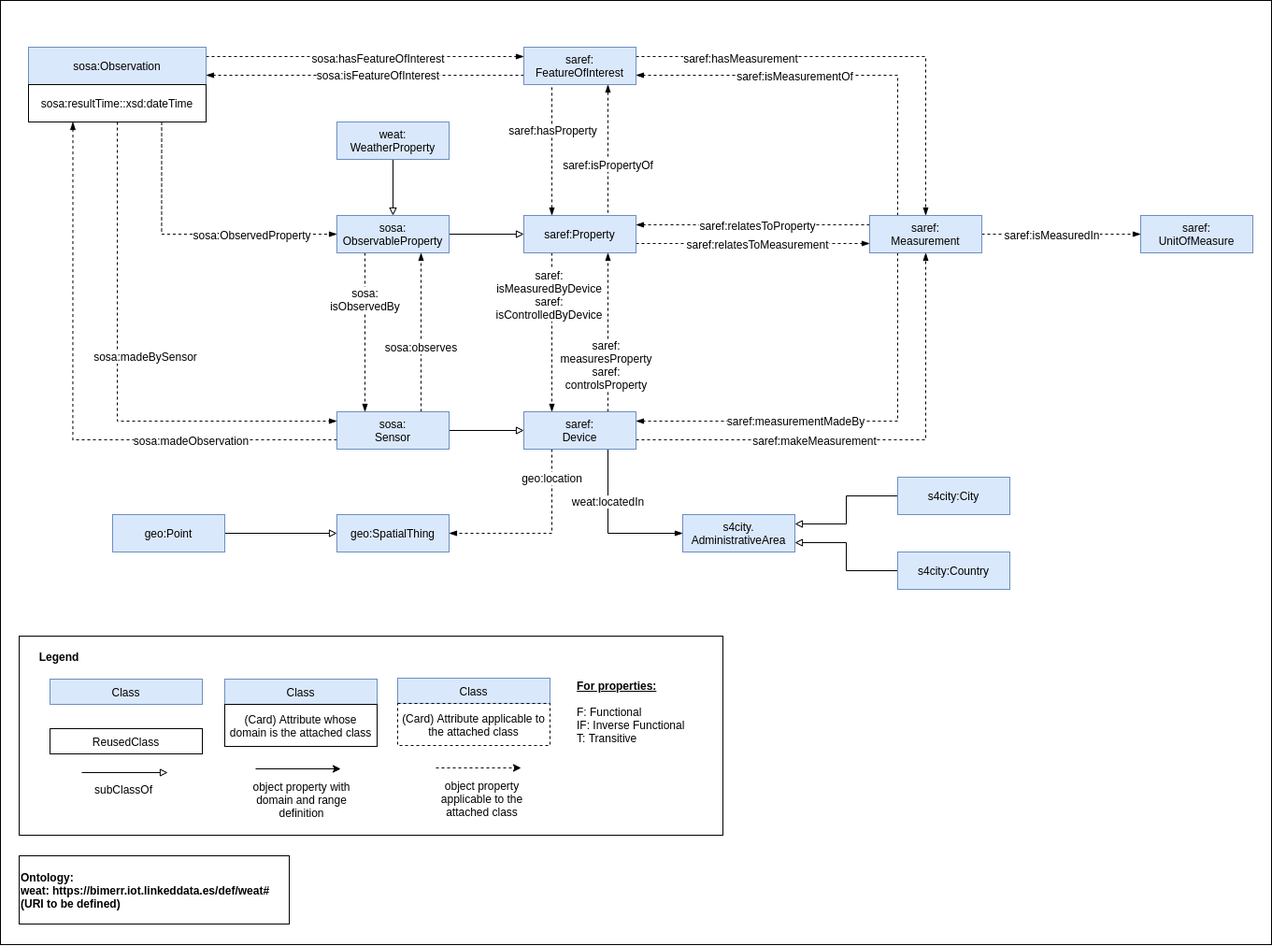
The draw.io diagram Images/NewSaref+SSN.png in oeg-upm/bimerr-weather, before a commit. Source tidied: cells renumbered, new cells last; positions are measured from the earlier drawing's top-left corner, leaving out a move shared by most shapes.
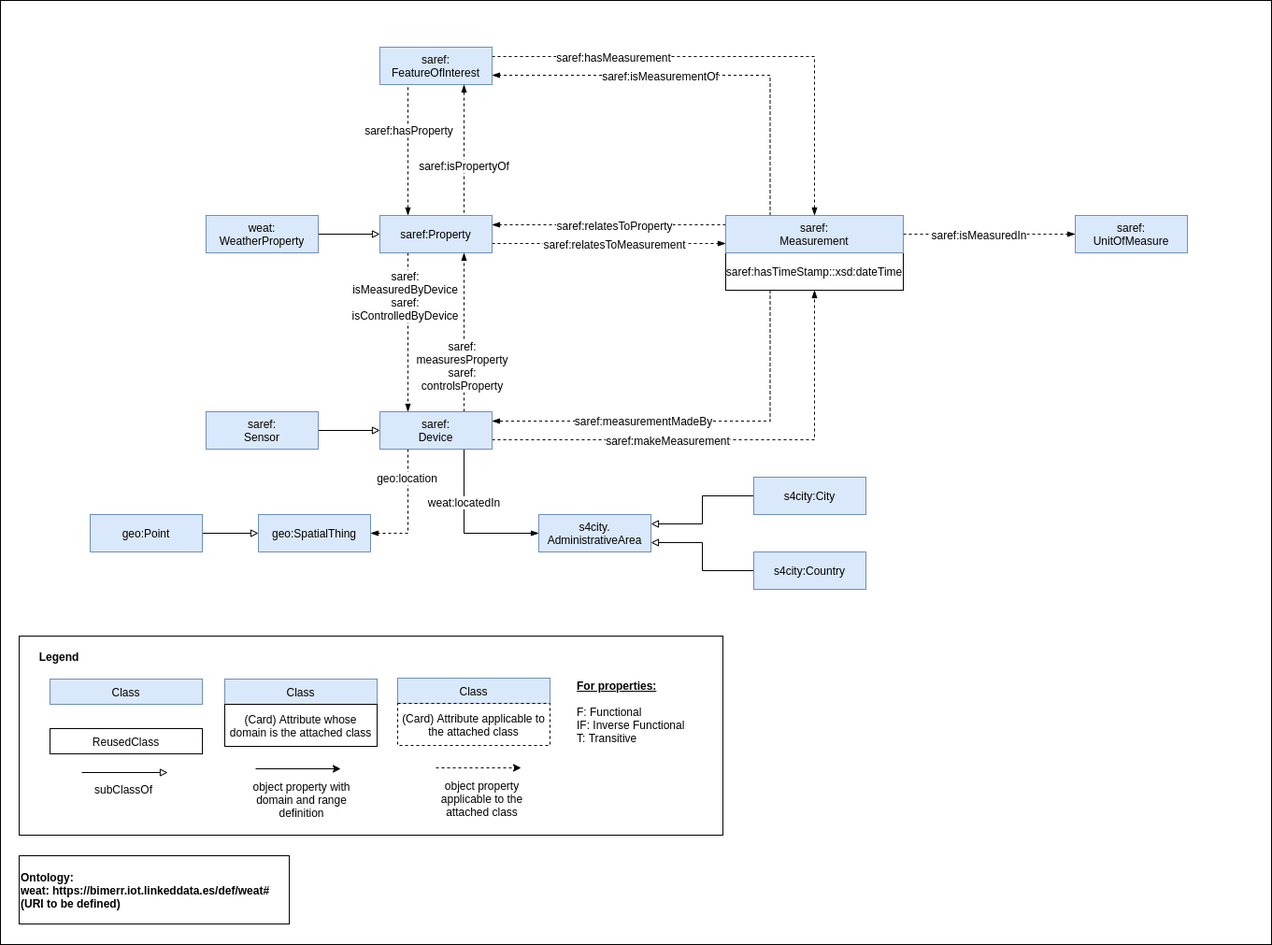
The same file after the commit.

Diff of the diagram source:
```diff
@@ -5,45 +5,16 @@
     <mxCell id="2" style="rounded=0;whiteSpace=wrap;html=1;" parent="1" vertex="1">
       <mxGeometry width="1360" height="1010" as="geometry" />
     </mxCell>
-    <mxCell id="3" style="edgeStyle=orthogonalEdgeStyle;rounded=0;jettySize=auto;html=1;exitX=1;exitY=0.25;exitDx=0;exitDy=0;entryX=0;entryY=0.25;entryDx=0;entryDy=0;dashed=1;endArrow=blockThin;endFill=1;" parent="1" edge="1" source="5" target="17">
-      <mxGeometry relative="1" as="geometry" />
-    </mxCell>
-    <mxCell id="4" value="sosa:hasFeatureOfInterest" style="text;html=1;align=center;verticalAlign=middle;labelBackgroundColor=#ffffff;" parent="3" vertex="1">
-      <mxGeometry x="0.08" y="-1" relative="1" as="geometry" />
-    </mxCell>
-    <mxCell id="5" value="sosa:Observation" style="rounded=0;whiteSpace=wrap;html=1;fillColor=#dae8fc;strokeColor=#6c8ebf;" parent="1" vertex="1">
-      <mxGeometry x="30" y="50" width="190" height="40" as="geometry" />
-    </mxCell>
-    <mxCell id="6" style="edgeStyle=orthogonalEdgeStyle;rounded=0;jettySize=auto;html=1;exitX=0.75;exitY=1;exitDx=0;exitDy=0;entryX=0;entryY=0.5;entryDx=0;entryDy=0;endArrow=blockThin;endFill=1;dashed=1;" parent="1" edge="1" source="10" target="28">
-      <mxGeometry relative="1" as="geometry" />
-    </mxCell>
-    <mxCell id="7" value="sosa:ObservedProperty" style="text;html=1;align=center;verticalAlign=middle;labelBackgroundColor=#ffffff;" parent="6" vertex="1">
-      <mxGeometry x="0.23" y="13" relative="1" as="geometry">
-        <mxPoint x="26" y="13" as="offset" />
-      </mxGeometry>
-    </mxCell>
-    <mxCell id="8" style="edgeStyle=orthogonalEdgeStyle;rounded=0;jettySize=auto;html=1;exitX=0.5;exitY=1;exitDx=0;exitDy=0;entryX=0;entryY=0.25;entryDx=0;entryDy=0;endArrow=blockThin;endFill=1;dashed=1;" parent="1" edge="1" source="10" target="52">
-      <mxGeometry relative="1" as="geometry" />
-    </mxCell>
-    <mxCell id="9" value="sosa:madeBySensor" style="text;html=1;align=center;verticalAlign=middle;labelBackgroundColor=#ffffff;" parent="8" vertex="1">
-      <mxGeometry x="0.17" y="70" relative="1" as="geometry">
-        <mxPoint x="25" as="offset" />
-      </mxGeometry>
-    </mxCell>
-    <mxCell id="10" value="sosa:resultTime::xsd:dateTime" style="rounded=0;whiteSpace=wrap;html=1;" parent="1" vertex="1">
-      <mxGeometry x="30" y="90" width="190" height="40" as="geometry" />
+    <mxCell id="10" value="saref:hasTimeStamp::xsd:dateTime" style="rounded=0;whiteSpace=wrap;html=1;" parent="1" vertex="1">
+      <mxGeometry x="776" y="270" width="190" height="40" as="geometry" />
     </mxCell>
-    <mxCell id="11" style="edgeStyle=orthogonalEdgeStyle;rounded=0;jettySize=auto;html=1;exitX=0;exitY=0.75;exitDx=0;exitDy=0;entryX=1;entryY=0.75;entryDx=0;entryDy=0;dashed=1;endArrow=blockThin;endFill=1;" parent="1" edge="1" source="17" target="5">
-      <mxGeometry relative="1" as="geometry" />
-    </mxCell>
-    <mxCell id="12" value="sosa:isFeatureOfInterest" style="text;html=1;align=center;verticalAlign=middle;labelBackgroundColor=#ffffff;" parent="11" vertex="1">
-      <mxGeometry x="-0.08" y="-1" relative="1" as="geometry" />
-    </mxCell>
     <mxCell id="13" style="edgeStyle=orthogonalEdgeStyle;rounded=0;jettySize=auto;html=1;exitX=1;exitY=0.25;exitDx=0;exitDy=0;entryX=0.5;entryY=0;entryDx=0;entryDy=0;dashed=1;endArrow=blockThin;endFill=1;" parent="1" edge="1" source="17" target="37">
       <mxGeometry relative="1" as="geometry" />
     </mxCell>
     <mxCell id="14" value="saref:hasMeasurement" style="text;html=1;align=center;verticalAlign=middle;labelBackgroundColor=#ffffff;" parent="13" vertex="1">
-      <mxGeometry x="-0.54" y="-1" relative="1" as="geometry" />
+      <mxGeometry x="-0.54" y="-1" relative="1" as="geometry">
+        <mxPoint x="10" y="-1" as="offset" />
+      </mxGeometry>
     </mxCell>
     <mxCell id="15" style="edgeStyle=orthogonalEdgeStyle;rounded=0;jettySize=auto;html=1;exitX=0.75;exitY=1;exitDx=0;exitDy=0;entryX=0.75;entryY=0;entryDx=0;entryDy=0;dashed=1;endArrow=none;endFill=0;startArrow=blockThin;startFill=1;" parent="1" edge="1" source="17" target="24">
       <mxGeometry relative="1" as="geometry" />
@@ -52,13 +23,13 @@
       <mxGeometry x="0.22" y="-1" relative="1" as="geometry" />
     </mxCell>
     <mxCell id="17" value="saref:&lt;br&gt;FeatureOfInterest" style="rounded=0;whiteSpace=wrap;html=1;fillColor=#dae8fc;strokeColor=#6c8ebf;" parent="1" vertex="1">
-      <mxGeometry x="560" y="50" width="120" height="40" as="geometry" />
+      <mxGeometry x="406" y="50" width="120" height="40" as="geometry" />
     </mxCell>
     <mxCell id="18" style="edgeStyle=orthogonalEdgeStyle;rounded=0;jettySize=auto;html=1;exitX=1;exitY=0.75;exitDx=0;exitDy=0;dashed=1;endArrow=blockThin;endFill=1;entryX=0;entryY=0.75;entryDx=0;entryDy=0;" parent="1" edge="1" source="24" target="37">
       <mxGeometry relative="1" as="geometry">
         <Array as="points">
-          <mxPoint x="850" y="260" />
-          <mxPoint x="850" y="260" />
+          <mxPoint x="696" y="260" />
+          <mxPoint x="696" y="260" />
         </Array>
       </mxGeometry>
     </mxCell>
@@ -70,8 +41,8 @@
     <mxCell id="20" style="edgeStyle=orthogonalEdgeStyle;rounded=0;jettySize=auto;html=1;exitX=0.25;exitY=0;exitDx=0;exitDy=0;entryX=0.25;entryY=1;entryDx=0;entryDy=0;dashed=1;endArrow=none;endFill=0;startArrow=blockThin;startFill=1;" parent="1" edge="1" source="24" target="17">
       <mxGeometry relative="1" as="geometry">
         <Array as="points">
-          <mxPoint x="590" y="140" />
-          <mxPoint x="590" y="140" />
+          <mxPoint x="436" y="140" />
+          <mxPoint x="436" y="140" />
         </Array>
       </mxGeometry>
     </mxCell>
@@ -89,22 +60,8 @@
       </mxGeometry>
     </mxCell>
     <mxCell id="24" value="saref:Property" style="rounded=0;whiteSpace=wrap;html=1;fillColor=#dae8fc;strokeColor=#6c8ebf;" parent="1" vertex="1">
-      <mxGeometry x="560" y="230" width="120" height="40" as="geometry" />
+      <mxGeometry x="406" y="230" width="120" height="40" as="geometry" />
     </mxCell>
-    <mxCell id="25" style="edgeStyle=orthogonalEdgeStyle;rounded=0;jettySize=auto;html=1;exitX=1;exitY=0.5;exitDx=0;exitDy=0;entryX=0;entryY=0.5;entryDx=0;entryDy=0;endArrow=block;endFill=0;" parent="1" edge="1" source="28" target="24">
-      <mxGeometry relative="1" as="geometry" />
-    </mxCell>
-    <mxCell id="26" style="edgeStyle=orthogonalEdgeStyle;rounded=0;jettySize=auto;html=1;exitX=0.25;exitY=1;exitDx=0;exitDy=0;entryX=0.25;entryY=0;entryDx=0;entryDy=0;dashed=1;endArrow=blockThin;endFill=1;" parent="1" edge="1" source="28" target="52">
-      <mxGeometry relative="1" as="geometry" />
-    </mxCell>
-    <mxCell id="27" value="sosa:&lt;br&gt;isObservedBy" style="text;html=1;align=center;verticalAlign=middle;labelBackgroundColor=#ffffff;" parent="26" vertex="1">
-      <mxGeometry x="-0.24" y="-1" relative="1" as="geometry">
-        <mxPoint y="-15" as="offset" />
-      </mxGeometry>
-    </mxCell>
-    <mxCell id="28" value="sosa:&lt;br&gt;ObservableProperty" style="rounded=0;whiteSpace=wrap;html=1;fillColor=#dae8fc;strokeColor=#6c8ebf;" parent="1" vertex="1">
-      <mxGeometry x="360" y="230" width="120" height="40" as="geometry" />
-    </mxCell>
     <mxCell id="29" style="edgeStyle=orthogonalEdgeStyle;rounded=0;jettySize=auto;html=1;exitX=1;exitY=0.5;exitDx=0;exitDy=0;entryX=0;entryY=0.5;entryDx=0;entryDy=0;dashed=1;endArrow=blockThin;endFill=1;" parent="1" edge="1" source="37" target="53">
       <mxGeometry relative="1" as="geometry" />
     </mxCell>
@@ -113,7 +70,7 @@
         <mxPoint y="-2" as="offset" />
       </mxGeometry>
     </mxCell>
-    <mxCell id="31" style="edgeStyle=orthogonalEdgeStyle;rounded=0;jettySize=auto;html=1;exitX=0.25;exitY=1;exitDx=0;exitDy=0;entryX=1;entryY=0.25;entryDx=0;entryDy=0;dashed=1;endArrow=blockThin;endFill=1;" parent="1" edge="1" source="37" target="46">
+    <mxCell id="31" style="edgeStyle=orthogonalEdgeStyle;rounded=0;jettySize=auto;html=1;exitX=0.25;exitY=1;exitDx=0;exitDy=0;entryX=1;entryY=0.25;entryDx=0;entryDy=0;dashed=1;endArrow=blockThin;endFill=1;" parent="1" edge="1" source="10" target="46">
       <mxGeometry relative="1" as="geometry" />
     </mxCell>
     <mxCell id="32" value="saref:measurementMadeBy" style="text;html=1;align=center;verticalAlign=middle;labelBackgroundColor=#ffffff;" parent="31" vertex="1">
@@ -138,9 +95,9 @@
       </mxGeometry>
     </mxCell>
     <mxCell id="37" value="saref:&lt;br&gt;Measurement" style="rounded=0;whiteSpace=wrap;html=1;fillColor=#dae8fc;strokeColor=#6c8ebf;" parent="1" vertex="1">
-      <mxGeometry x="930" y="230" width="120" height="40" as="geometry" />
+      <mxGeometry x="776" y="230" width="190" height="40" as="geometry" />
     </mxCell>
-    <mxCell id="38" style="edgeStyle=orthogonalEdgeStyle;rounded=0;jettySize=auto;html=1;exitX=1;exitY=0.75;exitDx=0;exitDy=0;dashed=1;endArrow=blockThin;endFill=1;entryX=0.5;entryY=1;entryDx=0;entryDy=0;" parent="1" edge="1" source="46" target="37">
+    <mxCell id="38" style="edgeStyle=orthogonalEdgeStyle;rounded=0;jettySize=auto;html=1;exitX=1;exitY=0.75;exitDx=0;exitDy=0;dashed=1;endArrow=blockThin;endFill=1;entryX=0.5;entryY=1;entryDx=0;entryDy=0;" parent="1" edge="1" source="46" target="10">
       <mxGeometry relative="1" as="geometry" />
     </mxCell>
     <mxCell id="39" value="saref:makeMeasurement" style="text;html=1;align=center;verticalAlign=middle;labelBackgroundColor=#ffffff;" parent="38" vertex="1">
@@ -161,7 +118,7 @@
     </mxCell>
     <mxCell id="43" value="geo:location" style="text;html=1;align=center;verticalAlign=middle;labelBackgroundColor=#ffffff;" parent="42" vertex="1">
       <mxGeometry x="0.11" y="-3" relative="1" as="geometry">
-        <mxPoint x="21" y="-57" as="offset" />
+        <mxPoint x="1" y="-42" as="offset" />
       </mxGeometry>
     </mxCell>
     <mxCell id="44" style="edgeStyle=orthogonalEdgeStyle;rounded=0;jettySize=auto;html=1;exitX=0.75;exitY=1;exitDx=0;exitDy=0;entryX=0;entryY=0.5;entryDx=0;entryDy=0;endArrow=blockThin;endFill=1;" parent="1" edge="1" source="46" target="57">
@@ -171,54 +128,40 @@
       <mxGeometry x="-0.34" y="-1" relative="1" as="geometry" />
     </mxCell>
     <mxCell id="46" value="saref:&lt;br&gt;Device" style="rounded=0;whiteSpace=wrap;html=1;fillColor=#dae8fc;strokeColor=#6c8ebf;" parent="1" vertex="1">
-      <mxGeometry x="560" y="440" width="120" height="40" as="geometry" />
+      <mxGeometry x="406" y="440" width="120" height="40" as="geometry" />
     </mxCell>
-    <mxCell id="47" style="edgeStyle=orthogonalEdgeStyle;rounded=0;jettySize=auto;html=1;exitX=0;exitY=0.75;exitDx=0;exitDy=0;entryX=0.25;entryY=1;entryDx=0;entryDy=0;endArrow=blockThin;endFill=1;dashed=1;" parent="1" edge="1" source="52" target="10">
-      <mxGeometry relative="1" as="geometry" />
-    </mxCell>
-    <mxCell id="48" value="sosa:madeObservation" style="text;html=1;align=center;verticalAlign=middle;labelBackgroundColor=#ffffff;" parent="47" vertex="1">
-      <mxGeometry x="-0.5" relative="1" as="geometry" />
-    </mxCell>
     <mxCell id="49" style="edgeStyle=orthogonalEdgeStyle;rounded=0;jettySize=auto;html=1;exitX=1;exitY=0.5;exitDx=0;exitDy=0;endArrow=block;endFill=0;" parent="1" edge="1" source="52" target="46">
       <mxGeometry relative="1" as="geometry" />
     </mxCell>
-    <mxCell id="50" style="edgeStyle=orthogonalEdgeStyle;rounded=0;jettySize=auto;html=1;exitX=0.75;exitY=0;exitDx=0;exitDy=0;entryX=0.75;entryY=1;entryDx=0;entryDy=0;dashed=1;endArrow=blockThin;endFill=1;" parent="1" edge="1" source="52" target="28">
-      <mxGeometry relative="1" as="geometry" />
-    </mxCell>
-    <mxCell id="51" value="sosa:observes" style="text;html=1;align=center;verticalAlign=middle;labelBackgroundColor=#ffffff;" parent="50" vertex="1">
-      <mxGeometry x="-0.22" y="1" relative="1" as="geometry">
-        <mxPoint y="-4" as="offset" />
-      </mxGeometry>
-    </mxCell>
-    <mxCell id="52" value="sosa:&lt;br&gt;Sensor" style="rounded=0;whiteSpace=wrap;html=1;fillColor=#dae8fc;strokeColor=#6c8ebf;" parent="1" vertex="1">
-      <mxGeometry x="360" y="440" width="120" height="40" as="geometry" />
+    <mxCell id="52" value="saref:&lt;br&gt;Sensor" style="rounded=0;whiteSpace=wrap;html=1;fillColor=#dae8fc;strokeColor=#6c8ebf;" parent="1" vertex="1">
+      <mxGeometry x="220" y="440" width="120" height="40" as="geometry" />
     </mxCell>
     <mxCell id="53" value="saref:&lt;br&gt;UnitOfMeasure" style="rounded=0;whiteSpace=wrap;html=1;fillColor=#dae8fc;strokeColor=#6c8ebf;" parent="1" vertex="1">
-      <mxGeometry x="1220" y="230" width="120" height="40" as="geometry" />
+      <mxGeometry x="1150" y="230" width="120" height="40" as="geometry" />
     </mxCell>
     <mxCell id="54" value="geo:SpatialThing" style="rounded=0;whiteSpace=wrap;html=1;fillColor=#dae8fc;strokeColor=#6c8ebf;" parent="1" vertex="1">
-      <mxGeometry x="360" y="550" width="120" height="40" as="geometry" />
+      <mxGeometry x="276" y="550" width="120" height="40" as="geometry" />
     </mxCell>
     <mxCell id="55" style="edgeStyle=orthogonalEdgeStyle;rounded=0;jettySize=auto;html=1;exitX=1;exitY=0.5;exitDx=0;exitDy=0;endArrow=block;endFill=0;" parent="1" edge="1" source="56" target="54">
       <mxGeometry relative="1" as="geometry" />
     </mxCell>
     <mxCell id="56" value="geo:Point" style="rounded=0;whiteSpace=wrap;html=1;fillColor=#dae8fc;strokeColor=#6c8ebf;" parent="1" vertex="1">
-      <mxGeometry x="120" y="550" width="120" height="40" as="geometry" />
+      <mxGeometry x="96" y="550" width="120" height="40" as="geometry" />
     </mxCell>
     <mxCell id="57" value="s4city.&lt;br&gt;AdministrativeArea&lt;span style=&quot;color: rgba(0 , 0 , 0 , 0) ; font-family: monospace ; font-size: 0px ; white-space: nowrap&quot;&gt;%3CmxGraphModel%3E%3Croot%3E%3CmxCell%20id%3D%220%22%2F%3E%3CmxCell%20id%3D%221%22%20parent%3D%220%22%2F%3E%3CmxCell%20id%3D%222%22%20value%3D%22sosa%3A%26lt%3Bbr%26gt%3BSensor%22%20style%3D%22rounded%3D0%3BwhiteSpace%3Dwrap%3Bhtml%3D1%3BfillColor%3D%23dae8fc%3BstrokeColor%3D%236c8ebf%3B%22%20vertex%3D%221%22%20parent%3D%221%22%3E%3CmxGeometry%20x%3D%22460%22%20y%3D%22630%22%20width%3D%22120%22%20height%3D%2240%22%20as%3D%22geometry%22%2F%3E%3C%2FmxCell%3E%3C%2Froot%3E%3C%2FmxGraphModel%3E&lt;/span&gt;" style="rounded=0;whiteSpace=wrap;html=1;fillColor=#dae8fc;strokeColor=#6c8ebf;" parent="1" vertex="1">
-      <mxGeometry x="730" y="550" width="120" height="40" as="geometry" />
+      <mxGeometry x="576" y="550" width="120" height="40" as="geometry" />
     </mxCell>
     <mxCell id="58" style="edgeStyle=orthogonalEdgeStyle;rounded=0;jettySize=auto;html=1;exitX=0;exitY=0.5;exitDx=0;exitDy=0;entryX=1;entryY=0.25;entryDx=0;entryDy=0;endArrow=block;endFill=0;" parent="1" edge="1" source="59" target="57">
       <mxGeometry relative="1" as="geometry" />
     </mxCell>
     <mxCell id="59" value="s4city:City" style="rounded=0;whiteSpace=wrap;html=1;fillColor=#dae8fc;strokeColor=#6c8ebf;" parent="1" vertex="1">
-      <mxGeometry x="960" y="510" width="120" height="40" as="geometry" />
+      <mxGeometry x="806" y="510" width="120" height="40" as="geometry" />
     </mxCell>
     <mxCell id="60" style="edgeStyle=orthogonalEdgeStyle;rounded=0;jettySize=auto;html=1;exitX=0;exitY=0.5;exitDx=0;exitDy=0;entryX=1;entryY=0.75;entryDx=0;entryDy=0;endArrow=block;endFill=0;" parent="1" edge="1" source="61" target="57">
       <mxGeometry relative="1" as="geometry" />
     </mxCell>
     <mxCell id="61" value="s4city:Country" style="rounded=0;whiteSpace=wrap;html=1;fillColor=#dae8fc;strokeColor=#6c8ebf;" parent="1" vertex="1">
-      <mxGeometry x="960" y="590" width="120" height="40" as="geometry" />
+      <mxGeometry x="806" y="590" width="120" height="40" as="geometry" />
     </mxCell>
     <mxCell id="62" value="&lt;b&gt;Ontology:&lt;/b&gt;&lt;br&gt;&lt;b&gt;weat: https://bimerr.iot.linkeddata.es/def/weat#&lt;/b&gt;&lt;br&gt;&lt;b&gt;(URI to be defined)&lt;/b&gt;" style="rounded=0;whiteSpace=wrap;html=1;fillColor=none;align=left;" parent="1" vertex="1">
       <mxGeometry x="20" y="915" width="289" height="73" as="geometry" />
@@ -277,11 +220,11 @@
     <mxCell id="77" value="&lt;b&gt;Legend&lt;/b&gt;" style="text;html=1;strokeColor=none;fillColor=none;align=center;verticalAlign=middle;whiteSpace=wrap;rounded=0;dashed=1;" parent="1" vertex="1">
       <mxGeometry x="43" y="692" width="40" height="20" as="geometry" />
     </mxCell>
-    <mxCell id="78" style="edgeStyle=orthogonalEdgeStyle;rounded=0;jettySize=auto;html=1;exitX=0.5;exitY=1;exitDx=0;exitDy=0;endArrow=block;endFill=0;" parent="1" edge="1" source="79" target="28">
+    <mxCell id="78" style="edgeStyle=orthogonalEdgeStyle;rounded=0;jettySize=auto;html=1;exitX=1;exitY=0.5;exitDx=0;exitDy=0;endArrow=block;endFill=0;" parent="1" edge="1" source="79" target="24">
       <mxGeometry relative="1" as="geometry" />
     </mxCell>
     <mxCell id="79" value="weat:&lt;br&gt;WeatherProperty" style="rounded=0;whiteSpace=wrap;html=1;fillColor=#dae8fc;strokeColor=#6c8ebf;" parent="1" vertex="1">
-      <mxGeometry x="360" y="130" width="120" height="40" as="geometry" />
+      <mxGeometry x="220" y="230" width="120" height="40" as="geometry" />
     </mxCell>
   </root>
 </mxGraphModel>
```
